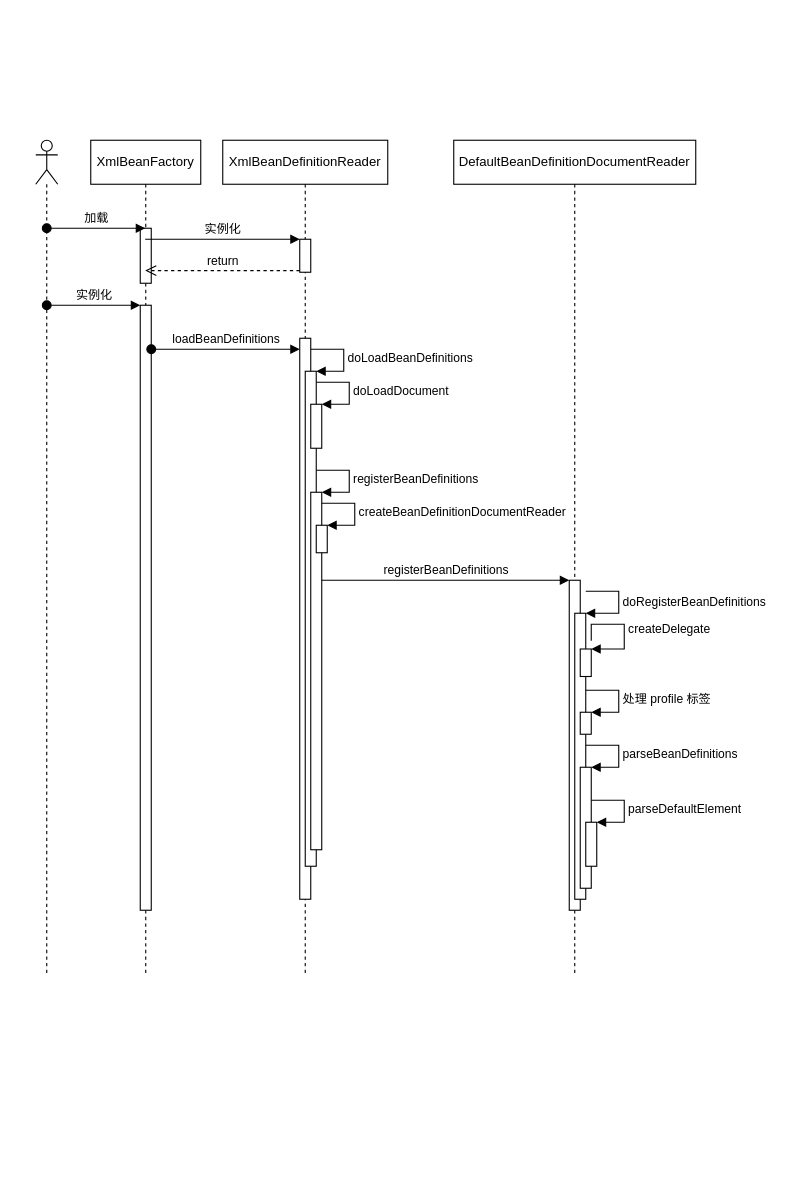
This is 编程语言/Java/Javalang/Spring生态系统/modules/spring-beans/images/实例化XmlBeanFactory.drawio from guoyufu-study/Study-Notes, a draw.io file, before an edit. Source tidied: cells renumbered, new cells numbered last; positions are measured from the earlier drawing's top-left corner, leaving out a move shared by most shapes. Both pictures are drawn from the tidied source at 110%, with x=0, y=0 at pixel (35, 140).
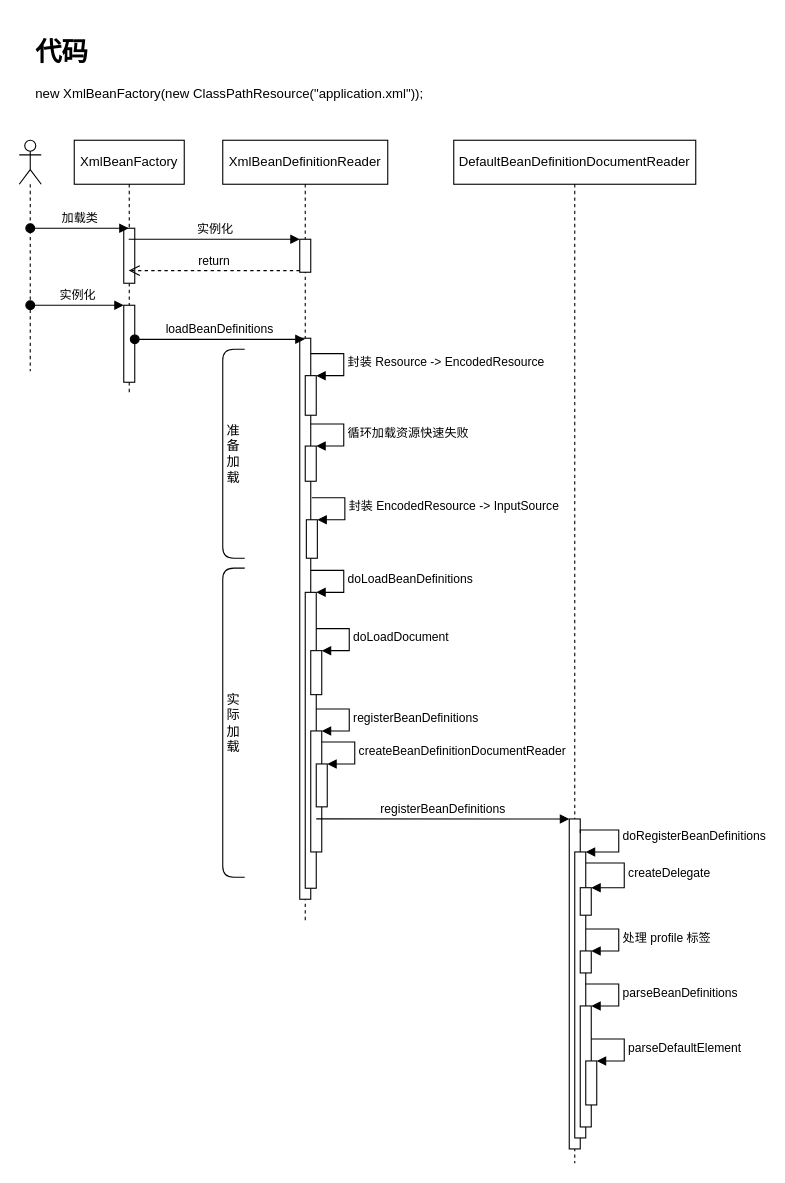
The same page after the edit.

The change refers to these unchanged cells:
```xml
<mxCell id="9" style="html=1;points=[];perimeter=orthogonalPerimeter;" parent="7" vertex="1">
  <mxGeometry x="70" y="180" width="10" height="510" as="geometry" />
</mxCell>
```

The edit, as a diff of the source:
```diff
@@
     <mxCell id="2" value="XmlBeanFactory" style="shape=umlLifeline;perimeter=lifelinePerimeter;whiteSpace=wrap;html=1;outlineConnect=0;" parent="1" vertex="1">
-      <mxGeometry x="50" width="100" height="760" as="geometry" />
+      <mxGeometry x="35" width="100" height="230" as="geometry" />
     </mxCell>
@@
     <mxCell id="4" style="html=1;points=[];perimeter=orthogonalPerimeter;" parent="2" vertex="1">
-      <mxGeometry x="45" y="150" width="10" height="550" as="geometry" />
+      <mxGeometry x="45" y="150" width="10" height="70" as="geometry" />
     </mxCell>
@@
     <mxCell id="6" style="shape=umlLifeline;participant=umlActor;perimeter=lifelinePerimeter;whiteSpace=wrap;html=1;verticalAlign=top;spacingTop=36;" parent="2" vertex="1">
-      <mxGeometry x="-50" width="20" height="760" as="geometry" />
+      <mxGeometry x="-50" width="20" height="210" as="geometry" />
     </mxCell>
     <mxCell id="7" value="XmlBeanDefinitionReader" style="shape=umlLifeline;perimeter=lifelinePerimeter;whiteSpace=wrap;html=1;outlineConnect=0;" parent="1" vertex="1">
-      <mxGeometry x="170" width="150" height="760" as="geometry" />
+      <mxGeometry x="170" width="150" height="710" as="geometry" />
     </mxCell>
@@
     <mxCell id="10" style="html=1;points=[];perimeter=orthogonalPerimeter;" parent="7" vertex="1">
-      <mxGeometry x="75" y="210" width="10" height="450" as="geometry" />
+      <mxGeometry x="75" y="411" width="10" height="269" as="geometry" />
     </mxCell>
     <mxCell id="11" value="doLoadBeanDefinitions" style="edgeStyle=orthogonalEdgeStyle;html=1;align=left;spacingLeft=2;endArrow=block;rounded=0;entryX=1;entryY=0;" parent="7" edge="1" target="10">
       <mxGeometry relative="1" as="geometry">
-        <mxPoint x="80" y="190" as="sourcePoint" />
+        <mxPoint x="80" y="391" as="sourcePoint" />
         <Array as="points">
-          <mxPoint x="110" y="190" />
+          <mxPoint x="110" y="391" />
         </Array>
       </mxGeometry>
     </mxCell>
     <mxCell id="12" style="html=1;points=[];perimeter=orthogonalPerimeter;" parent="7" vertex="1">
-      <mxGeometry x="80" y="240" width="10" height="40" as="geometry" />
+      <mxGeometry x="80" y="464" width="10" height="40" as="geometry" />
     </mxCell>
     <mxCell id="13" value="doLoadDocument" style="edgeStyle=orthogonalEdgeStyle;html=1;align=left;spacingLeft=2;endArrow=block;rounded=0;entryX=1;entryY=0;" parent="7" edge="1" target="12">
       <mxGeometry relative="1" as="geometry">
-        <mxPoint x="85" y="220" as="sourcePoint" />
+        <mxPoint x="85" y="444" as="sourcePoint" />
         <Array as="points">
-          <mxPoint x="115" y="220" />
+          <mxPoint x="115" y="444" />
         </Array>
       </mxGeometry>
     </mxCell>
     <mxCell id="14" style="html=1;points=[];perimeter=orthogonalPerimeter;" parent="7" vertex="1">
-      <mxGeometry x="80" y="320" width="10" height="325" as="geometry" />
+      <mxGeometry x="80" y="537" width="10" height="110" as="geometry" />
     </mxCell>
     <mxCell id="15" value="registerBeanDefinitions" style="edgeStyle=orthogonalEdgeStyle;html=1;align=left;spacingLeft=2;endArrow=block;rounded=0;entryX=1;entryY=0;" parent="7" edge="1" target="14">
       <mxGeometry relative="1" as="geometry">
-        <mxPoint x="85" y="300" as="sourcePoint" />
+        <mxPoint x="85" y="517" as="sourcePoint" />
         <Array as="points">
-          <mxPoint x="115" y="300" />
+          <mxPoint x="115" y="517" />
         </Array>
       </mxGeometry>
     </mxCell>
     <mxCell id="16" style="html=1;points=[];perimeter=orthogonalPerimeter;" parent="7" vertex="1">
-      <mxGeometry x="85" y="350" width="10" height="25" as="geometry" />
+      <mxGeometry x="85" y="567" width="10" height="39" as="geometry" />
     </mxCell>
     <mxCell id="17" value="createBeanDefinitionDocumentReader" style="edgeStyle=orthogonalEdgeStyle;html=1;align=left;spacingLeft=2;endArrow=block;rounded=0;entryX=1;entryY=0;" parent="7" edge="1" target="16">
       <mxGeometry relative="1" as="geometry">
-        <mxPoint x="90" y="330" as="sourcePoint" />
+        <mxPoint x="90" y="547" as="sourcePoint" />
         <Array as="points">
-          <mxPoint x="120" y="330" />
+          <mxPoint x="120" y="547" />
         </Array>
       </mxGeometry>
     </mxCell>
+    <mxCell id="35" style="html=1;points=[];perimeter=orthogonalPerimeter;" parent="7" vertex="1">
+      <mxGeometry x="75" y="214" width="10" height="36" as="geometry" />
+    </mxCell>
+    <mxCell id="36" value="封装 Resource -&amp;gt;&amp;nbsp;EncodedResource&amp;nbsp;" style="edgeStyle=orthogonalEdgeStyle;html=1;align=left;spacingLeft=2;endArrow=block;rounded=0;entryX=1;entryY=0;" parent="7" edge="1" target="35">
+      <mxGeometry relative="1" as="geometry">
+        <mxPoint x="80" y="194" as="sourcePoint" />
+        <Array as="points">
+          <mxPoint x="110" y="194" />
+        </Array>
+      </mxGeometry>
+    </mxCell>
+    <mxCell id="37" style="html=1;points=[];perimeter=orthogonalPerimeter;" parent="7" vertex="1">
+      <mxGeometry x="75" y="278" width="10" height="32" as="geometry" />
+    </mxCell>
+    <mxCell id="38" value="循环加载资源快速失败" style="edgeStyle=orthogonalEdgeStyle;html=1;align=left;spacingLeft=2;endArrow=block;rounded=0;entryX=1;entryY=0;" parent="7" edge="1" target="37">
+      <mxGeometry relative="1" as="geometry">
+        <mxPoint x="80" y="258" as="sourcePoint" />
+        <Array as="points">
+          <mxPoint x="110" y="258" />
+        </Array>
+      </mxGeometry>
+    </mxCell>
+    <mxCell id="39" style="html=1;points=[];perimeter=orthogonalPerimeter;" parent="7" vertex="1">
+      <mxGeometry x="76" y="345" width="10" height="35" as="geometry" />
+    </mxCell>
+    <mxCell id="40" value="封装&amp;nbsp;EncodedResource -&amp;gt;&amp;nbsp;InputSource" style="edgeStyle=orthogonalEdgeStyle;html=1;align=left;spacingLeft=2;endArrow=block;rounded=0;entryX=1;entryY=0;" parent="7" edge="1" target="39">
+      <mxGeometry relative="1" as="geometry">
+        <mxPoint x="81" y="325" as="sourcePoint" />
+        <Array as="points">
+          <mxPoint x="111" y="325" />
+        </Array>
+      </mxGeometry>
+    </mxCell>
+    <mxCell id="41" value="准备加载" style="shape=curlyBracket;whiteSpace=wrap;html=1;rounded=1;size=0;" parent="7" vertex="1">
+      <mxGeometry y="190" width="20" height="190" as="geometry" />
+    </mxCell>
+    <mxCell id="42" value="实际加载" style="shape=curlyBracket;whiteSpace=wrap;html=1;rounded=1;size=0;" parent="7" vertex="1">
+      <mxGeometry y="389" width="20" height="281" as="geometry" />
+    </mxCell>
     <mxCell id="18" value="DefaultBeanDefinitionDocumentReader" style="shape=umlLifeline;perimeter=lifelinePerimeter;whiteSpace=wrap;html=1;" parent="1" vertex="1">
-      <mxGeometry x="380" width="220" height="760" as="geometry" />
+      <mxGeometry x="380" width="220" height="930" as="geometry" />
     </mxCell>
     <mxCell id="19" style="html=1;points=[];perimeter=orthogonalPerimeter;" parent="18" vertex="1">
-      <mxGeometry x="105" y="400" width="10" height="300" as="geometry" />
+      <mxGeometry x="105" y="617" width="10" height="300" as="geometry" />
     </mxCell>
     <mxCell id="20" style="html=1;points=[];perimeter=orthogonalPerimeter;" parent="18" vertex="1">
-      <mxGeometry x="110" y="430" width="10" height="260" as="geometry" />
+      <mxGeometry x="110" y="647" width="10" height="260" as="geometry" />
     </mxCell>
-    <mxCell id="21" value="doRegisterBeanDefinitions" style="edgeStyle=orthogonalEdgeStyle;html=1;align=left;spacingLeft=2;endArrow=block;rounded=0;entryX=1;entryY=0;" parent="18" edge="1" target="20">
+    <mxCell id="21" value="doRegisterBeanDefinitions" style="edgeStyle=orthogonalEdgeStyle;html=1;align=left;spacingLeft=2;endArrow=block;rounded=0;entryX=1;entryY=0;exitX=1;exitY=0.043;exitDx=0;exitDy=0;exitPerimeter=0;" parent="18" edge="1" source="19" target="20">
       <mxGeometry relative="1" as="geometry">
-        <mxPoint x="120" y="410" as="sourcePoint" />
         <Array as="points">
-          <mxPoint x="150" y="410" />
+          <mxPoint x="115" y="627" />
+          <mxPoint x="150" y="627" />
+          <mxPoint x="150" y="647" />
         </Array>
       </mxGeometry>
     </mxCell>
     <mxCell id="22" style="html=1;points=[];perimeter=orthogonalPerimeter;" parent="18" vertex="1">
-      <mxGeometry x="115" y="462.5" width="10" height="25" as="geometry" />
+      <mxGeometry x="115" y="679.5" width="10" height="25" as="geometry" />
     </mxCell>
     <mxCell id="23" value="createDelegate" style="edgeStyle=orthogonalEdgeStyle;html=1;align=left;spacingLeft=2;endArrow=block;rounded=0;entryX=1;entryY=0;" parent="18" edge="1" target="22">
       <mxGeometry relative="1" as="geometry">
-        <mxPoint x="125" y="455" as="sourcePoint" />
+        <mxPoint x="120" y="657" as="sourcePoint" />
         <Array as="points">
-          <mxPoint x="125" y="440" />
-          <mxPoint x="155" y="440" />
-          <mxPoint x="155" y="463" />
+          <mxPoint x="125" y="657" />
+          <mxPoint x="155" y="657" />
+          <mxPoint x="155" y="680" />
         </Array>
       </mxGeometry>
     </mxCell>
     <mxCell id="24" style="html=1;points=[];perimeter=orthogonalPerimeter;" parent="18" vertex="1">
-      <mxGeometry x="115" y="520" width="10" height="20" as="geometry" />
+      <mxGeometry x="115" y="737" width="10" height="20" as="geometry" />
     </mxCell>
     <mxCell id="25" value="处理 profile&amp;nbsp;标签" style="edgeStyle=orthogonalEdgeStyle;html=1;align=left;spacingLeft=2;endArrow=block;rounded=0;entryX=1;entryY=0;" parent="18" edge="1" target="24">
       <mxGeometry relative="1" as="geometry">
-        <mxPoint x="120" y="500" as="sourcePoint" />
+        <mxPoint x="120" y="717" as="sourcePoint" />
         <Array as="points">
-          <mxPoint x="150" y="500" />
+          <mxPoint x="150" y="717" />
         </Array>
       </mxGeometry>
     </mxCell>
     <mxCell id="26" value="parseBeanDefinitions" style="edgeStyle=orthogonalEdgeStyle;html=1;align=left;spacingLeft=2;endArrow=block;rounded=0;entryX=1;entryY=0;" parent="18" edge="1">
       <mxGeometry relative="1" as="geometry">
-        <mxPoint x="120" y="550" as="sourcePoint" />
-        <mxPoint x="125" y="570" as="targetPoint" />
+        <mxPoint x="120" y="767" as="sourcePoint" />
+        <mxPoint x="125" y="787" as="targetPoint" />
         <Array as="points">
-          <mxPoint x="150" y="550" />
+          <mxPoint x="150" y="767" />
         </Array>
       </mxGeometry>
     </mxCell>
     <mxCell id="27" style="html=1;perimeter=orthogonalPerimeter;" parent="18" vertex="1">
-      <mxGeometry x="115" y="570" width="10" height="110" as="geometry" />
+      <mxGeometry x="115" y="787" width="10" height="110" as="geometry" />
     </mxCell>
     <mxCell id="28" style="html=1;points=[];perimeter=orthogonalPerimeter;" parent="18" vertex="1">
-      <mxGeometry x="120" y="620" width="10" height="40" as="geometry" />
+      <mxGeometry x="120" y="837" width="10" height="40" as="geometry" />
     </mxCell>
     <mxCell id="29" value="parseDefaultElement" style="edgeStyle=orthogonalEdgeStyle;html=1;align=left;spacingLeft=2;endArrow=block;rounded=0;entryX=1;entryY=0;" parent="18" edge="1" target="28">
       <mxGeometry relative="1" as="geometry">
-        <mxPoint x="125" y="600" as="sourcePoint" />
+        <mxPoint x="125" y="817" as="sourcePoint" />
         <Array as="points">
-          <mxPoint x="155" y="600" />
+          <mxPoint x="155" y="817" />
         </Array>
       </mxGeometry>
     </mxCell>
-    <mxCell id="30" value="加载" style="html=1;verticalAlign=bottom;startArrow=oval;endArrow=block;startSize=8;rounded=0;" parent="1" edge="1" target="2">
+    <mxCell id="30" value="加载类" style="html=1;verticalAlign=bottom;startArrow=oval;endArrow=block;startSize=8;rounded=0;" parent="1" edge="1" target="2">
       <mxGeometry relative="1" as="geometry">
-        <mxPoint x="10" y="80" as="sourcePoint" />
+        <mxPoint x="-5" y="80" as="sourcePoint" />
       </mxGeometry>
     </mxCell>
@@
-    <mxCell id="33" value="loadBeanDefinitions" style="html=1;verticalAlign=bottom;startArrow=oval;endArrow=block;startSize=8;rounded=0;" parent="1" edge="1" source="4" target="9">
+    <mxCell id="33" value="loadBeanDefinitions" style="html=1;verticalAlign=bottom;startArrow=oval;endArrow=block;startSize=8;rounded=0;" parent="1" edge="1" target="7">
       <mxGeometry relative="1" as="geometry">
+        <mxPoint x="90" y="181" as="sourcePoint" />
         <Array as="points">
-          <mxPoint x="150" y="190" />
+          <mxPoint x="135" y="181" />
         </Array>
       </mxGeometry>
     </mxCell>
-    <mxCell id="34" value="registerBeanDefinitions" style="html=1;verticalAlign=bottom;endArrow=block;entryX=0;entryY=0;rounded=0;exitX=1;exitY=0.246;exitDx=0;exitDy=0;exitPerimeter=0;" parent="1" edge="1" source="14" target="19">
+    <mxCell id="34" value="registerBeanDefinitions" style="html=1;verticalAlign=bottom;endArrow=block;entryX=0;entryY=0;rounded=0;exitX=0.5;exitY=0.727;exitDx=0;exitDy=0;exitPerimeter=0;" parent="1" edge="1" source="14" target="19">
       <mxGeometry relative="1" as="geometry" />
     </mxCell>
+    <mxCell id="43" value="&lt;h1&gt;代码&lt;/h1&gt;&lt;p&gt;new XmlBeanFactory(new ClassPathResource(&quot;application.xml&quot;));&lt;/p&gt;" style="text;html=1;strokeColor=none;fillColor=none;spacing=5;spacingTop=-20;whiteSpace=wrap;overflow=hidden;rounded=0;" parent="1" vertex="1">
+      <mxGeometry x="-5" y="-100" width="370" height="70" as="geometry" />
+    </mxCell>
```
